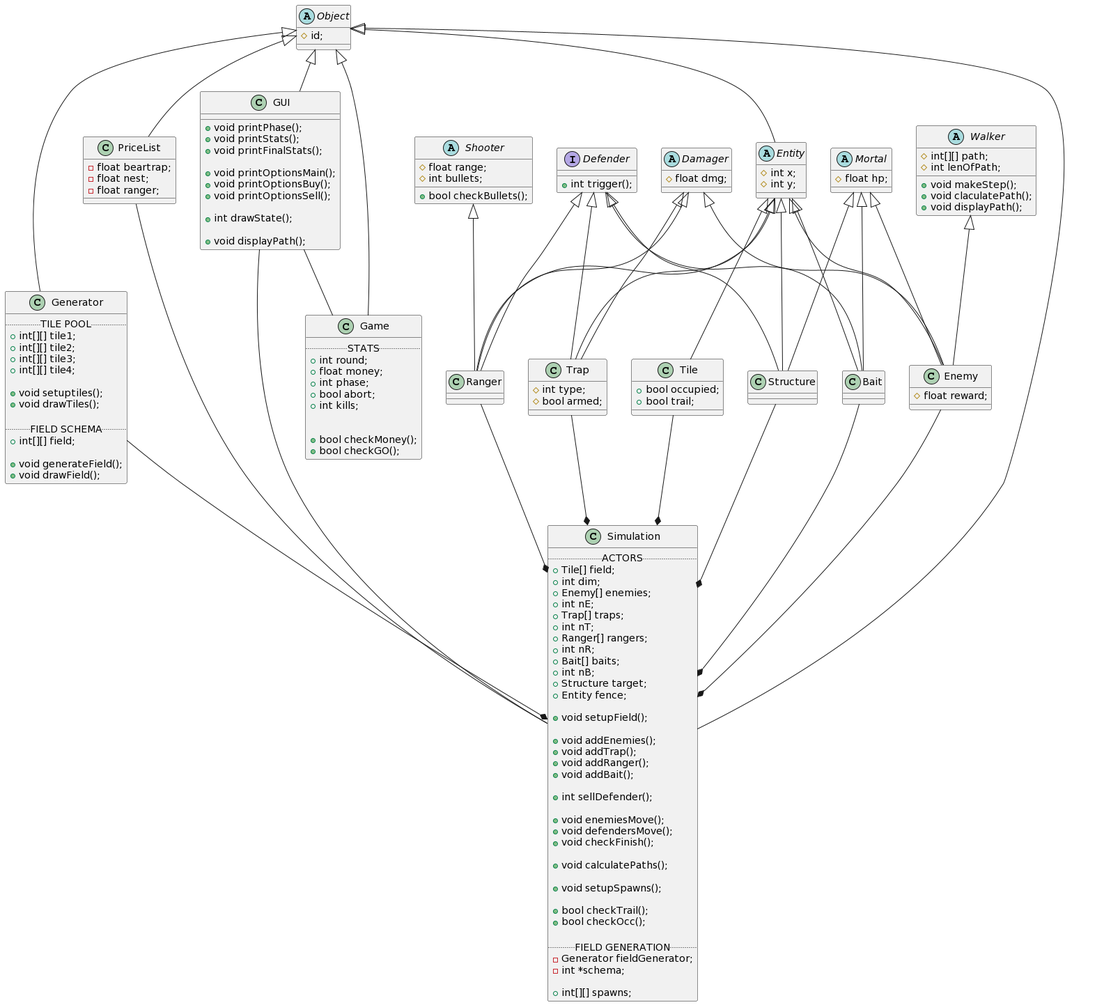
Starlight-Crusader/OOP-Project-I-New keeps this PlantUML diagram as class-diagram.png. Above is the earlier version.
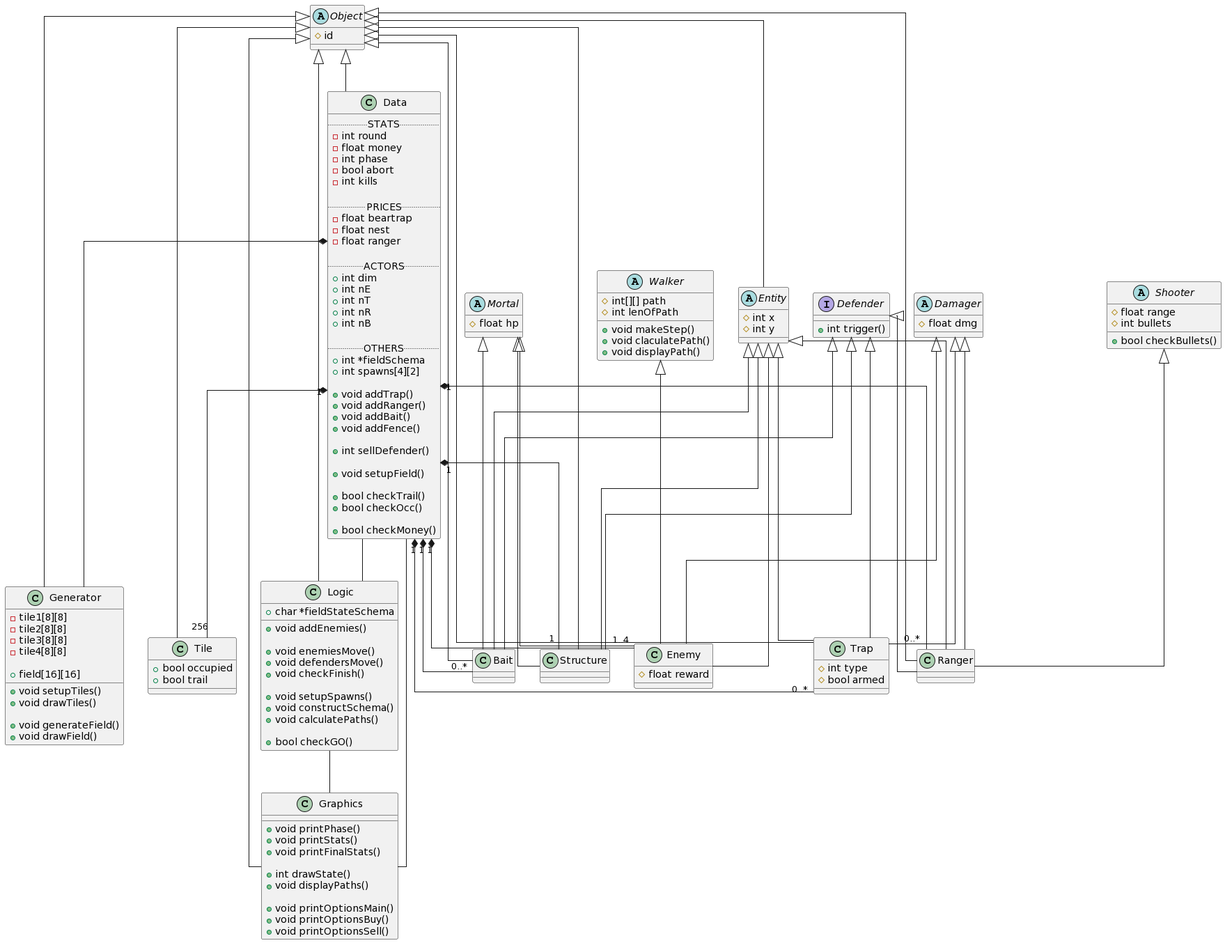
Above is the later version.

What changed in the source:
```diff
@@ -1,90 +1,82 @@
 @startuml
+skinparam linetype polyline
+skinparam linetype ortho
+
+Object <|-- Bait
+Object <|-- Ranger
+Object <|-- Structure
+Object <|-- Trap
 Object <|-- Entity
-Object <|-- Game
-Object <|-- Generator
-Object <|-- PriceList
-Object <|-- Simulation
-Object <|-- GUI
+
+Entity <|-- Enemy
+Mortal <|-- Enemy
+Walker <|-- Enemy
+Damager <|-- Enemy
 
 Entity <|-- Trap
+Defender <|-- Trap
+Damager <|-- Trap
+
 Entity <|-- Bait
-Entity <|-- Ranger
-Entity <|-- Structure
-Entity <|-- Tile
-Entity <|-- Enemy
-
-Damager <|-- Enemy
-Damager <|-- Trap
-Damager <|-- Ranger
-
-Defender <|-- Trap
 Defender <|-- Bait
-Defender <|-- Ranger
-Defender <|-- Structure
-
-Mortal <|-- Enemy
-Mortal <|-- Structure
 Mortal <|-- Bait
 
-Trap --* Simulation
-Bait --* Simulation
-Ranger --* Simulation
-Structure --* Simulation
-Tile --* Simulation
-Enemy --* Simulation
-Generator --* Simulation
-
-Walker <|-- Enemy
+Entity <|-- Ranger
+Defender <|-- Ranger
+Damager <|-- Ranger
 Shooter <|-- Ranger
 
-GUI -- Game
-GUI -- Simulation
-PriceList -- Simulation
+Entity <|-- Structure
+Defender <|-- Structure
+Mortal <|-- Structure
+
+Object <|-- Tile
+
 
 abstract Object {
- # id;
+ # id
 }
 
 abstract Entity {
- # int x;
- # int y;
+ # int x
+ # int y
 }
 
 abstract Damager {
- # float dmg;
+ # float dmg
 }
 
 abstract Mortal {
- # float hp;
+ # float hp
 }
 
 abstract Walker {
- # int[][] path;
- # int lenOfPath;
+ # int[][] path
+ # int lenOfPath
 
- + void makeStep();
- + void claculatePath();
- + void displayPath();
+ + void makeStep()
+ + void claculatePath()
+ + void displayPath()
 }
 
 abstract Shooter {
- # float range;
- # int bullets;
+ # float range
+ # int bullets
 
- + bool checkBullets();
+ + bool checkBullets()
 }
 
 interface Defender {
- + int trigger();
+ + int trigger()
 }
 
 class Enemy {
- # float reward;
+ # float reward
 }
 
 class Trap {
- # int type;
- # bool armed;
+ # int type
+ # bool armed
 }
 
 class Bait {}
@@ -94,99 +86,109 @@
 class Structure {}
 
 class Tile {
- + bool occupied;
- + bool trail;
+ + bool occupied
+ + bool trail
 }
 
-class Game {
- .. STATS ..
- + int round;
- + float money;
- + int phase;
- + bool abort;
- + int kills;
+
+Data *-- Generator
+Data -- Logic
+Data -- Graphics
+Logic -- Graphics
+
+Data "1" *-- "0..*" Bait
+Data "1" *-- "0..*" Ranger
+Data "1" *-- "1" Structure
+Data "1" *-- "1..4" Enemy
+Data "1" *-- "0..*" Trap
+Data "1" *-- "256" Tile
+
+Object <|-- Data
+Object <|-- Generator
+Object <|-- Graphics
+Object <|-- Logic
 
 
- + bool checkMoney();
- + bool checkGO();
+class Generator {
+ - tile1[8][8]
+ - tile2[8][8]
+ - tile3[8][8]
+ - tile4[8][8]
+
+ + field[16][16]
+
+ + void setupTiles()
+ + void drawTiles()
+
+ + void generateField()
+ + void drawField()
 }
 
-class GUI {
- + void printPhase();
- + void printStats();
- + void printFinalStats();
+class Data {
+ .. STATS ..
+ - int round
+ - float money
+ - int phase
+ - bool abort
+ - int kills
 
- + void printOptionsMain();
- + void printOptionsBuy();
- + void printOptionsSell();
+ .. PRICES ..
+ - float beartrap
+ - float nest
+ - float ranger
 
- + int drawState();
+ .. ACTORS ..
+ + int dim
+ + int nE
+ + int nT
+ + int nR
+ + int nB
 
- + void displayPath();
+ .. OTHERS ..
+ + int *fieldSchema
+ + int spawns[4][2]
+
+ + void addTrap()
+ + void addRanger()
+ + void addBait()
+ + void addFence()
+
+ + int sellDefender()
+
+ + void setupField()
+
+ + bool checkTrail()
+ + bool checkOcc()
+
+ + bool checkMoney()
 }
 
-class Simulation {
- .. ACTORS ..
- + Tile[] field;
- + int dim;
- + Enemy[] enemies;
- + int nE;
- + Trap[] traps;
- + int nT;
- + Ranger[] rangers;
- + int nR;
- + Bait[] baits;
- + int nB;
- + Structure target;
- + Entity fence;
+class Logic {
+ + void addEnemies()
 
- + void setupField();
+ + void enemiesMove()
+ + void defendersMove()
+ + void checkFinish()
 
- + void addEnemies();
- + void addTrap();
- + void addRanger();
- + void addBait();
+ + void setupSpawns()
+ + void constructSchema()
+ + void calculatePaths()
 
- + int sellDefender();
+ + bool checkGO()
 
- + void enemiesMove();
- + void defendersMove();
- + void checkFinish();
-
- + void calculatePaths();
-
- + void setupSpawns();
-
- + bool checkTrail();
- + bool checkOcc();
-
- .. FIELD GENERATION ..
- - Generator fieldGenerator;
- - int *schema;
-
- + int[][] spawns;
+ + char *fieldStateSchema
 }
 
-class PriceList {
- - float beartrap;
- - float nest;
- - float ranger;
-}
+class Graphics {
+ + void printPhase()
+ + void printStats()
+ + void printFinalStats()
 
-class Generator {
- .. TILE POOL ..
- + int[][] tile1;
- + int[][] tile2;
- + int[][] tile3;
- + int[][] tile4;
+ + int drawState()
+ + void displayPaths()
 
- + void setuptiles();
- + void drawTiles();
-
- .. FIELD SCHEMA ..
- + int[][] field;
-
- + void generateField();
- + void drawField();
+ + void printOptionsMain()
+ + void printOptionsBuy()
+ + void printOptionsSell()
 }
 @enduml
```
